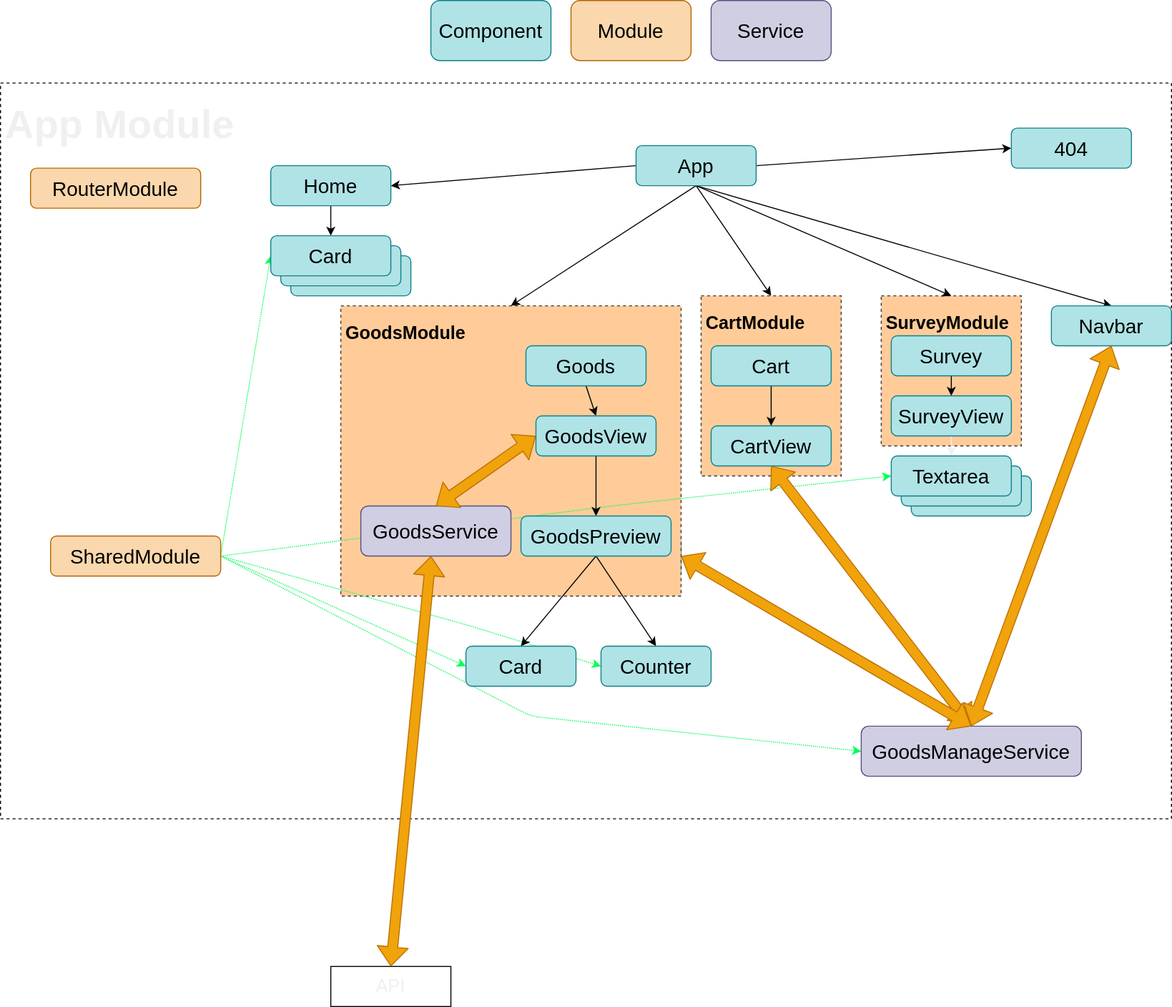
Above: demo-structure.drawio.svg in Jsyfer/angular-demo (draw.io), before the change. Source tidied: cells renumbered, new cells last; positions are measured from the earlier drawing's top-left corner, leaving out a move shared by most shapes.
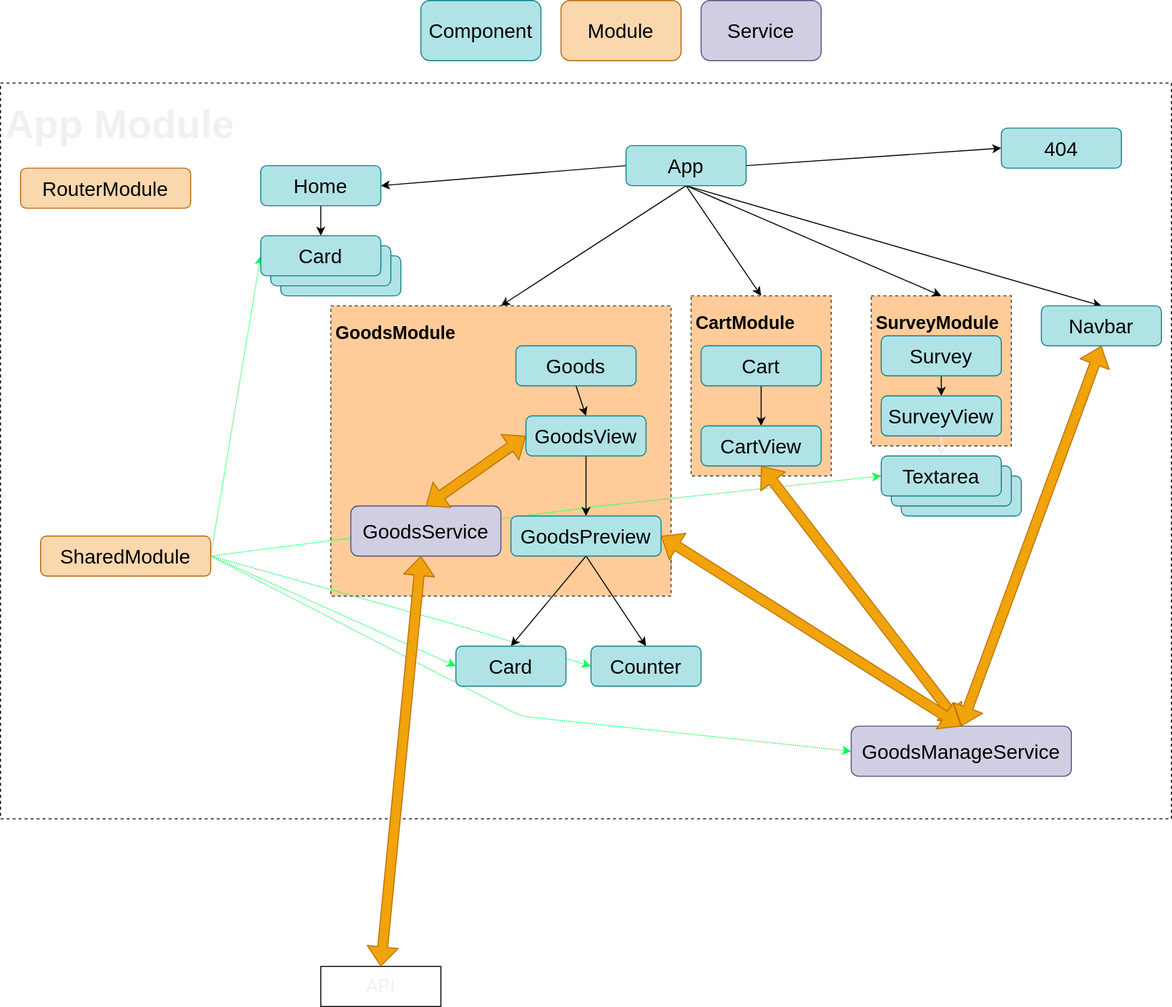
After the change.

Change to the diagram source:
```diff
@@ -9,7 +9,7 @@
       <mxGeometry x="700" y="295" width="140" height="180" as="geometry" />
     </mxCell>
     <mxCell id="4" value="&lt;h1&gt;App Module&lt;/h1&gt;" style="text;html=1;strokeColor=default;fillColor=none;spacing=5;spacingTop=-20;whiteSpace=wrap;overflow=hidden;rounded=0;fontSize=20;fontColor=#F0F0F0;dashed=1;" parent="1" vertex="1">
-      <mxGeometry y="82.5" width="1170" height="735" as="geometry" />
+      <mxGeometry x="10" y="82.5" width="1170" height="735" as="geometry" />
     </mxCell>
     <mxCell id="5" value="&lt;span style=&quot;color: rgb(0 , 0 , 0)&quot;&gt;Textarea&lt;/span&gt;&lt;font color=&quot;#000000&quot;&gt;&lt;br&gt;&lt;/font&gt;" style="rounded=1;whiteSpace=wrap;html=1;fontSize=20;fillColor=#b0e3e6;strokeColor=#0e8088;" parent="1" vertex="1">
       <mxGeometry x="910" y="475" width="120" height="40" as="geometry" />
@@ -167,7 +167,7 @@
     <mxCell id="52" style="shape=flexArrow;endArrow=classic;startArrow=classic;html=1;entryX=0.5;entryY=0;entryDx=0;entryDy=0;exitX=0.5;exitY=1;exitDx=0;exitDy=0;fillColor=#f0a30a;strokeColor=#BD7000;" parent="1" edge="1" source="49" target="38">
       <mxGeometry relative="1" as="geometry" />
     </mxCell>
-    <mxCell id="53" style="shape=flexArrow;endArrow=classic;startArrow=classic;html=1;exitX=1;exitY=0.5;exitDx=0;exitDy=0;fillColor=#f0a30a;strokeColor=#BD7000;entryX=0.5;entryY=0;entryDx=0;entryDy=0;" parent="1" edge="1" source="7" target="38">
+    <mxCell id="53" style="shape=flexArrow;endArrow=classic;startArrow=classic;html=1;exitX=1;exitY=0.5;exitDx=0;exitDy=0;fillColor=#f0a30a;strokeColor=#BD7000;entryX=0.5;entryY=0;entryDx=0;entryDy=0;" parent="1" edge="1" source="43" target="38">
       <mxGeometry relative="1" as="geometry" />
     </mxCell>
     <mxCell id="54" style="shape=flexArrow;endArrow=classic;startArrow=classic;html=1;entryX=0.5;entryY=0;entryDx=0;entryDy=0;exitX=0.5;exitY=1;exitDx=0;exitDy=0;fillColor=#f0a30a;strokeColor=#BD7000;" parent="1" edge="1" source="17" target="38">
```
